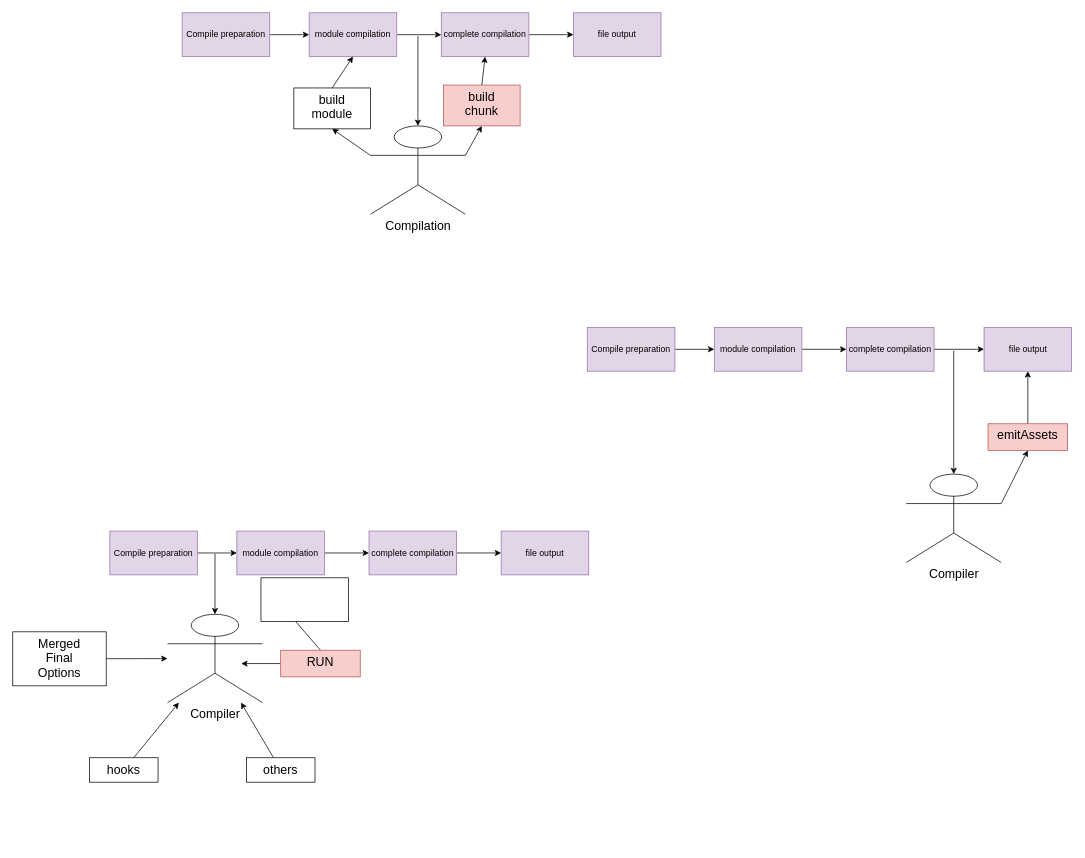
Earlier version of the draw.io diagram page "compiler" (4 of 4) of workflow.drawio (HugoJuntaoChen/webpack5). Source tidied: cells renumbered, new cells numbered last; positions are measured from the earlier drawing's top-left corner, leaving out a move shared by most shapes. Both pictures are drawn from the tidied source at 73%, with x=0, y=0 at pixel (12, 12).
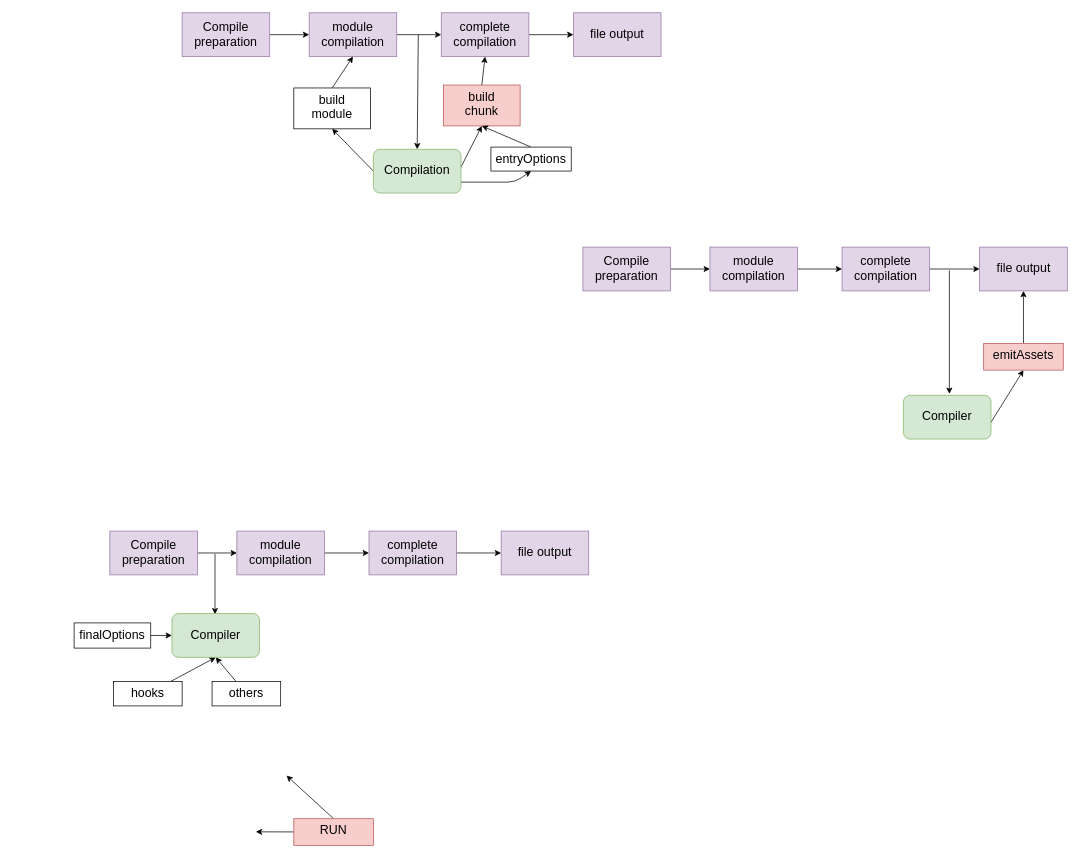
Above is the later version.

Diff of the diagram source:
```diff
@@
-    <mxCell id="2" style="edgeStyle=none;html=1;fontSize=17;startArrow=classic;startFill=1;endArrow=none;endFill=0;" parent="1" edge="1" source="7" target="8">
+    <mxCell id="2" style="edgeStyle=none;html=1;fontSize=17;startArrow=classic;startFill=1;endArrow=none;endFill=0;exitX=0.5;exitY=1;exitDx=0;exitDy=0;" parent="1" edge="1" source="48" target="8">
       <mxGeometry relative="1" as="geometry" />
     </mxCell>
-    <mxCell id="3" style="edgeStyle=none;html=1;fontSize=17;startArrow=classic;startFill=1;endArrow=none;endFill=0;" parent="1" edge="1" source="7" target="9">
+    <mxCell id="3" style="edgeStyle=none;html=1;fontSize=17;startArrow=classic;startFill=1;endArrow=none;endFill=0;exitX=0;exitY=0.5;exitDx=0;exitDy=0;" parent="1" edge="1" source="48" target="9">
       <mxGeometry relative="1" as="geometry" />
     </mxCell>
     <mxCell id="4" style="edgeStyle=none;html=1;fontSize=17;startArrow=classic;startFill=1;endArrow=none;endFill=0;" parent="1" edge="1" target="18">
       <mxGeometry relative="1" as="geometry">
-        <mxPoint x="313" y="891.5" as="sourcePoint" />
+        <mxPoint x="333" y="1122" as="sourcePoint" />
       </mxGeometry>
     </mxCell>
-    <mxCell id="5" style="edgeStyle=none;html=1;fontFamily=Helvetica;fontSize=17;fontColor=default;startArrow=classic;startFill=1;endArrow=none;endFill=0;" parent="1" edge="1" source="7" target="46">
+    <mxCell id="5" style="edgeStyle=none;html=1;fontFamily=Helvetica;fontSize=17;fontColor=default;startArrow=classic;startFill=1;endArrow=none;endFill=0;exitX=0.5;exitY=1;exitDx=0;exitDy=0;" parent="1" edge="1" source="48" target="46">
       <mxGeometry relative="1" as="geometry" />
     </mxCell>
-    <mxCell id="6" style="edgeStyle=none;html=1;exitX=0.5;exitY=0;exitDx=0;exitDy=0;exitPerimeter=0;fontFamily=Helvetica;fontSize=17;fontColor=default;startArrow=classic;startFill=1;endArrow=none;endFill=0;" parent="1" edge="1" source="7">
+    <mxCell id="6" style="edgeStyle=none;html=1;exitX=0.5;exitY=0;exitDx=0;exitDy=0;exitPerimeter=0;fontFamily=Helvetica;fontSize=17;fontColor=default;startArrow=classic;startFill=1;endArrow=none;endFill=0;" parent="1" edge="1">
       <mxGeometry relative="1" as="geometry">
+        <mxPoint x="277" y="824" as="sourcePoint" />
         <mxPoint x="277" y="741" as="targetPoint" />
       </mxGeometry>
     </mxCell>
-    <mxCell id="7" value="Compiler" style="shape=umlActor;verticalLabelPosition=bottom;verticalAlign=top;html=1;outlineConnect=0;fontSize=17;" parent="1" vertex="1">
-      <mxGeometry x="212" y="824" width="130" height="121" as="geometry" />
-    </mxCell>
     <mxCell id="8" value="hooks" style="whiteSpace=wrap;html=1;fontSize=17;verticalAlign=top;" parent="1" vertex="1">
-      <mxGeometry x="105" y="1020.5" width="94" height="33.5" as="geometry" />
+      <mxGeometry x="138" y="916" width="94" height="33.5" as="geometry" />
     </mxCell>
-    <mxCell id="9" value="Merged&lt;br&gt;Final&lt;br&gt;Options" style="whiteSpace=wrap;html=1;fontSize=17;verticalAlign=top;" parent="1" vertex="1">
-      <mxGeometry y="848" width="128" height="74" as="geometry" />
+    <mxCell id="9" value="finalOptions" style="whiteSpace=wrap;html=1;fontSize=17;verticalAlign=top;" parent="1" vertex="1">
+      <mxGeometry x="84" y="835.8" width="105" height="34.5" as="geometry" />
     </mxCell>
-    <mxCell id="10" style="edgeStyle=none;html=1;" parent="1" edge="1" source="11" target="13">
+    <mxCell id="10" style="edgeStyle=none;html=1;fontSize=17;" parent="1" edge="1" source="11" target="13">
       <mxGeometry relative="1" as="geometry" />
     </mxCell>
-    <mxCell id="11" value="Compile preparation" style="rounded=0;whiteSpace=wrap;html=1;fillColor=#e1d5e7;strokeColor=#9673a6;" parent="1" vertex="1">
+    <mxCell id="11" value="Compile preparation" style="rounded=0;whiteSpace=wrap;html=1;fillColor=#e1d5e7;strokeColor=#9673a6;fontSize=17;" parent="1" vertex="1">
       <mxGeometry x="232" width="120" height="60" as="geometry" />
     </mxCell>
-    <mxCell id="12" style="edgeStyle=none;html=1;" parent="1" edge="1" source="13" target="15">
+    <mxCell id="12" style="edgeStyle=none;html=1;fontSize=17;" parent="1" edge="1" source="13" target="15">
       <mxGeometry relative="1" as="geometry" />
     </mxCell>
-    <mxCell id="13" value="module compilation" style="rounded=0;whiteSpace=wrap;html=1;fillColor=#e1d5e7;strokeColor=#9673a6;" parent="1" vertex="1">
+    <mxCell id="13" value="module compilation" style="rounded=0;whiteSpace=wrap;html=1;fillColor=#e1d5e7;strokeColor=#9673a6;fontSize=17;" parent="1" vertex="1">
       <mxGeometry x="406" width="120" height="60" as="geometry" />
     </mxCell>
-    <mxCell id="14" style="edgeStyle=none;html=1;" parent="1" edge="1" source="15" target="16">
+    <mxCell id="14" style="edgeStyle=none;html=1;fontSize=17;" parent="1" edge="1" source="15" target="16">
       <mxGeometry relative="1" as="geometry" />
     </mxCell>
-    <mxCell id="15" value="complete compilation" style="rounded=0;whiteSpace=wrap;html=1;fillColor=#e1d5e7;strokeColor=#9673a6;" parent="1" vertex="1">
+    <mxCell id="15" value="complete compilation" style="rounded=0;whiteSpace=wrap;html=1;fillColor=#e1d5e7;strokeColor=#9673a6;fontSize=17;" parent="1" vertex="1">
       <mxGeometry x="587" width="120" height="60" as="geometry" />
     </mxCell>
-    <mxCell id="16" value="file output" style="rounded=0;whiteSpace=wrap;html=1;fillColor=#e1d5e7;strokeColor=#9673a6;" parent="1" vertex="1">
+    <mxCell id="16" value="file output" style="rounded=0;whiteSpace=wrap;html=1;fillColor=#e1d5e7;strokeColor=#9673a6;fontSize=17;" parent="1" vertex="1">
       <mxGeometry x="768" width="120" height="60" as="geometry" />
     </mxCell>
     <mxCell id="17" style="edgeStyle=none;html=1;exitX=0.5;exitY=0;exitDx=0;exitDy=0;fontSize=17;startArrow=none;startFill=0;endArrow=classic;endFill=1;" parent="1" edge="1" source="18">
       <mxGeometry relative="1" as="geometry">
-        <mxPoint x="341" y="780" as="targetPoint" />
+        <mxPoint x="375" y="1045" as="targetPoint" />
       </mxGeometry>
     </mxCell>
     <mxCell id="18" value="RUN" style="whiteSpace=wrap;html=1;fontSize=17;verticalAlign=top;fillColor=#f8cecc;strokeColor=#b85450;" parent="1" vertex="1">
-      <mxGeometry x="367" y="873.2" width="109" height="36.5" as="geometry" />
+      <mxGeometry x="385" y="1104" width="109" height="36.5" as="geometry" />
     </mxCell>
-    <mxCell id="19" style="edgeStyle=none;html=1;exitX=0;exitY=0.3333333333333333;exitDx=0;exitDy=0;exitPerimeter=0;entryX=0.5;entryY=1;entryDx=0;entryDy=0;fontSize=17;startArrow=none;startFill=0;endArrow=classic;endFill=1;" parent="1" edge="1" source="22" target="24">
+    <mxCell id="19" style="edgeStyle=none;html=1;exitX=0;exitY=0.5;exitDx=0;exitDy=0;entryX=0.5;entryY=1;entryDx=0;entryDy=0;fontSize=17;startArrow=none;startFill=0;endArrow=classic;endFill=1;" parent="1" edge="1" source="22" target="24">
       <mxGeometry relative="1" as="geometry" />
     </mxCell>
-    <mxCell id="20" style="edgeStyle=none;html=1;exitX=1;exitY=0.3333333333333333;exitDx=0;exitDy=0;exitPerimeter=0;entryX=0.5;entryY=1;entryDx=0;entryDy=0;fontSize=17;startArrow=none;startFill=0;endArrow=classic;endFill=1;" parent="1" edge="1" source="22" target="26">
+    <mxCell id="20" style="edgeStyle=none;html=1;exitX=0.992;exitY=0.439;exitDx=0;exitDy=0;exitPerimeter=0;entryX=0.5;entryY=1;entryDx=0;entryDy=0;fontSize=17;startArrow=none;startFill=0;endArrow=classic;endFill=1;" parent="1" edge="1" source="22" target="26">
       <mxGeometry relative="1" as="geometry" />
     </mxCell>
-    <mxCell id="21" style="edgeStyle=none;html=1;exitX=0.5;exitY=0;exitDx=0;exitDy=0;exitPerimeter=0;fontSize=17;startArrow=classic;startFill=1;endArrow=none;endFill=0;" parent="1" edge="1" source="22">
+    <mxCell id="21" style="edgeStyle=none;html=1;fontSize=17;startArrow=classic;startFill=1;endArrow=none;endFill=0;exitX=0.5;exitY=0;exitDx=0;exitDy=0;" parent="1" edge="1" source="22">
       <mxGeometry relative="1" as="geometry">
-        <mxPoint x="555" y="32" as="targetPoint" />
+        <mxPoint x="555.5" y="30" as="targetPoint" />
       </mxGeometry>
     </mxCell>
-    <mxCell id="22" value="Compilation" style="shape=umlActor;verticalLabelPosition=bottom;verticalAlign=top;html=1;outlineConnect=0;fontSize=17;" parent="1" vertex="1">
-      <mxGeometry x="490" y="155" width="130" height="121" as="geometry" />
-    </mxCell>
@@
-    <mxCell id="24" value="build&lt;br&gt;module" style="whiteSpace=wrap;html=1;fontSize=17;verticalAlign=top;" parent="1" vertex="1">
+    <mxCell id="24" value="build&lt;br style=&quot;font-size: 17px;&quot;&gt;module" style="whiteSpace=wrap;html=1;fontSize=17;verticalAlign=top;" parent="1" vertex="1">
       <mxGeometry x="385" y="103" width="105" height="56" as="geometry" />
     </mxCell>
@@
-    <mxCell id="26" value="build&lt;br&gt;chunk" style="whiteSpace=wrap;html=1;fontSize=17;verticalAlign=top;fillColor=#f8cecc;strokeColor=#b85450;" parent="1" vertex="1">
+    <mxCell id="26" value="build&lt;br style=&quot;font-size: 17px;&quot;&gt;chunk" style="whiteSpace=wrap;html=1;fontSize=17;verticalAlign=top;fillColor=#f8cecc;strokeColor=#b85450;" parent="1" vertex="1">
       <mxGeometry x="590" y="99" width="105" height="56" as="geometry" />
     </mxCell>
-    <mxCell id="27" style="edgeStyle=none;html=1;" parent="1" edge="1" source="28" target="30">
+    <mxCell id="27" style="edgeStyle=none;html=1;fontSize=17;" parent="1" edge="1" source="28" target="30">
       <mxGeometry relative="1" as="geometry" />
     </mxCell>
-    <mxCell id="28" value="Compile preparation" style="rounded=0;whiteSpace=wrap;html=1;fillColor=#e1d5e7;strokeColor=#9673a6;" parent="1" vertex="1">
-      <mxGeometry x="787" y="431" width="120" height="60" as="geometry" />
+    <mxCell id="28" value="Compile preparation" style="rounded=0;whiteSpace=wrap;html=1;fillColor=#e1d5e7;strokeColor=#9673a6;fontSize=17;" parent="1" vertex="1">
+      <mxGeometry x="781" y="321" width="120" height="60" as="geometry" />
     </mxCell>
-    <mxCell id="29" style="edgeStyle=none;html=1;" parent="1" edge="1" source="30" target="32">
+    <mxCell id="29" style="edgeStyle=none;html=1;fontSize=17;" parent="1" edge="1" source="30" target="32">
       <mxGeometry relative="1" as="geometry" />
     </mxCell>
-    <mxCell id="30" value="module compilation" style="rounded=0;whiteSpace=wrap;html=1;fillColor=#e1d5e7;strokeColor=#9673a6;" parent="1" vertex="1">
-      <mxGeometry x="961" y="431" width="120" height="60" as="geometry" />
+    <mxCell id="30" value="module compilation" style="rounded=0;whiteSpace=wrap;html=1;fillColor=#e1d5e7;strokeColor=#9673a6;fontSize=17;" parent="1" vertex="1">
+      <mxGeometry x="955" y="321" width="120" height="60" as="geometry" />
     </mxCell>
-    <mxCell id="31" style="edgeStyle=none;html=1;" parent="1" edge="1" source="32" target="34">
+    <mxCell id="31" style="edgeStyle=none;html=1;fontSize=17;" parent="1" edge="1" source="32" target="34">
       <mxGeometry relative="1" as="geometry" />
     </mxCell>
-    <mxCell id="32" value="complete compilation" style="rounded=0;whiteSpace=wrap;html=1;fillColor=#e1d5e7;strokeColor=#9673a6;" parent="1" vertex="1">
-      <mxGeometry x="1142" y="431" width="120" height="60" as="geometry" />
+    <mxCell id="32" value="complete compilation" style="rounded=0;whiteSpace=wrap;html=1;fillColor=#e1d5e7;strokeColor=#9673a6;fontSize=17;" parent="1" vertex="1">
+      <mxGeometry x="1136" y="321" width="120" height="60" as="geometry" />
     </mxCell>
@@
-    <mxCell id="34" value="file output" style="rounded=0;whiteSpace=wrap;html=1;fillColor=#e1d5e7;strokeColor=#9673a6;" parent="1" vertex="1">
-      <mxGeometry x="1330.5" y="431" width="120" height="60" as="geometry" />
+    <mxCell id="34" value="file output" style="rounded=0;whiteSpace=wrap;html=1;fillColor=#e1d5e7;strokeColor=#9673a6;fontSize=17;" parent="1" vertex="1">
+      <mxGeometry x="1324.5" y="321" width="120" height="60" as="geometry" />
     </mxCell>
-    <mxCell id="35" style="edgeStyle=none;html=1;exitX=0.5;exitY=0;exitDx=0;exitDy=0;exitPerimeter=0;fontSize=17;startArrow=classic;startFill=1;endArrow=none;endFill=0;" parent="1" edge="1" source="36">
+    <mxCell id="35" style="edgeStyle=none;html=1;exitX=0.5;exitY=0;exitDx=0;exitDy=0;exitPerimeter=0;fontSize=17;startArrow=classic;startFill=1;endArrow=none;endFill=0;" parent="1" edge="1">
       <mxGeometry relative="1" as="geometry">
-        <mxPoint x="1289" y="463" as="targetPoint" />
+        <mxPoint x="1283" y="522" as="sourcePoint" />
+        <mxPoint x="1283" y="353" as="targetPoint" />
       </mxGeometry>
     </mxCell>
-    <mxCell id="36" value="Compiler" style="shape=umlActor;verticalLabelPosition=bottom;verticalAlign=top;html=1;outlineConnect=0;fontSize=17;" parent="1" vertex="1">
-      <mxGeometry x="1224" y="632" width="130" height="121" as="geometry" />
-    </mxCell>
-    <mxCell id="37" style="edgeStyle=none;html=1;exitX=0.5;exitY=1;exitDx=0;exitDy=0;entryX=1;entryY=0.3333333333333333;entryDx=0;entryDy=0;entryPerimeter=0;fontSize=17;startArrow=classic;startFill=1;endArrow=none;endFill=0;" parent="1" edge="1" source="38" target="36">
+    <mxCell id="37" style="edgeStyle=none;html=1;exitX=0.5;exitY=1;exitDx=0;exitDy=0;entryX=1;entryY=0.617;entryDx=0;entryDy=0;entryPerimeter=0;fontSize=17;startArrow=classic;startFill=1;endArrow=none;endFill=0;" parent="1" edge="1" source="38" target="52">
       <mxGeometry relative="1" as="geometry" />
     </mxCell>
     <mxCell id="38" value="emitAssets" style="whiteSpace=wrap;html=1;fontSize=17;verticalAlign=top;fillColor=#f8cecc;strokeColor=#b85450;" parent="1" vertex="1">
-      <mxGeometry x="1336" y="563" width="109" height="36.5" as="geometry" />
+      <mxGeometry x="1330" y="453" width="109" height="36.5" as="geometry" />
     </mxCell>
-    <mxCell id="39" style="edgeStyle=none;html=1;" parent="1" edge="1" source="40" target="42">
+    <mxCell id="39" style="edgeStyle=none;html=1;fontSize=17;" parent="1" edge="1" source="40" target="42">
       <mxGeometry relative="1" as="geometry" />
     </mxCell>
-    <mxCell id="40" value="Compile preparation" style="rounded=0;whiteSpace=wrap;html=1;fillColor=#e1d5e7;strokeColor=#9673a6;" parent="1" vertex="1">
+    <mxCell id="40" value="Compile preparation" style="rounded=0;whiteSpace=wrap;html=1;fillColor=#e1d5e7;strokeColor=#9673a6;fontSize=17;" parent="1" vertex="1">
       <mxGeometry x="133" y="710" width="120" height="60" as="geometry" />
     </mxCell>
-    <mxCell id="41" style="edgeStyle=none;html=1;" parent="1" edge="1" source="42" target="44">
+    <mxCell id="41" style="edgeStyle=none;html=1;fontSize=17;" parent="1" edge="1" source="42" target="44">
       <mxGeometry relative="1" as="geometry" />
     </mxCell>
-    <mxCell id="42" value="module compilation" style="rounded=0;whiteSpace=wrap;html=1;fillColor=#e1d5e7;strokeColor=#9673a6;" parent="1" vertex="1">
+    <mxCell id="42" value="module compilation" style="rounded=0;whiteSpace=wrap;html=1;fillColor=#e1d5e7;strokeColor=#9673a6;fontSize=17;" parent="1" vertex="1">
       <mxGeometry x="307" y="710" width="120" height="60" as="geometry" />
     </mxCell>
-    <mxCell id="43" style="edgeStyle=none;html=1;" parent="1" edge="1" source="44" target="45">
+    <mxCell id="43" style="edgeStyle=none;html=1;fontSize=17;" parent="1" edge="1" source="44" target="45">
       <mxGeometry relative="1" as="geometry" />
     </mxCell>
-    <mxCell id="44" value="complete compilation" style="rounded=0;whiteSpace=wrap;html=1;fillColor=#e1d5e7;strokeColor=#9673a6;" parent="1" vertex="1">
+    <mxCell id="44" value="complete compilation" style="rounded=0;whiteSpace=wrap;html=1;fillColor=#e1d5e7;strokeColor=#9673a6;fontSize=17;" parent="1" vertex="1">
       <mxGeometry x="488" y="710" width="120" height="60" as="geometry" />
     </mxCell>
-    <mxCell id="45" value="file output" style="rounded=0;whiteSpace=wrap;html=1;fillColor=#e1d5e7;strokeColor=#9673a6;" parent="1" vertex="1">
+    <mxCell id="45" value="file output" style="rounded=0;whiteSpace=wrap;html=1;fillColor=#e1d5e7;strokeColor=#9673a6;fontSize=17;" parent="1" vertex="1">
       <mxGeometry x="669" y="710" width="120" height="60" as="geometry" />
     </mxCell>
     <mxCell id="46" value="others" style="whiteSpace=wrap;html=1;fontSize=17;verticalAlign=top;" parent="1" vertex="1">
-      <mxGeometry x="320" y="1020.5" width="94" height="33.5" as="geometry" />
+      <mxGeometry x="273" y="916" width="94" height="33.5" as="geometry" />
     </mxCell>
-    <mxCell id="47" style="whiteSpace=wrap;html=1;fontFamily=Helvetica;fontSize=17;fontColor=default;strokeColor=default;fillColor=default;" parent="1" vertex="1">
-      <mxGeometry x="340" y="774" width="120" height="60" as="geometry" />
-    </mxCell>
+    <mxCell id="48" value="Compiler" style="rounded=1;whiteSpace=wrap;html=1;fillColor=#d5e8d4;strokeColor=#82b366;fontSize=17;" parent="1" vertex="1">
+      <mxGeometry x="218" y="823" width="120" height="60" as="geometry" />
+    </mxCell>
+    <mxCell id="49" style="edgeStyle=none;html=1;exitX=1;exitY=0.75;exitDx=0;exitDy=0;entryX=0.5;entryY=1;entryDx=0;entryDy=0;fontSize=17;" parent="1" edge="1" source="22" target="51">
+      <mxGeometry relative="1" as="geometry">
+        <Array as="points">
+          <mxPoint x="688" y="232" />
+        </Array>
+      </mxGeometry>
+    </mxCell>
+    <mxCell id="22" value="Compilation" style="rounded=1;whiteSpace=wrap;html=1;fillColor=#d5e8d4;strokeColor=#82b366;fontSize=17;" parent="1" vertex="1">
+      <mxGeometry x="494" y="187" width="120" height="60" as="geometry" />
+    </mxCell>
+    <mxCell id="50" style="edgeStyle=none;html=1;exitX=0.5;exitY=0;exitDx=0;exitDy=0;entryX=0.5;entryY=1;entryDx=0;entryDy=0;fontSize=17;" parent="1" edge="1" source="51" target="26">
+      <mxGeometry relative="1" as="geometry" />
+    </mxCell>
+    <mxCell id="51" value="entryOptions" style="whiteSpace=wrap;html=1;fontSize=17;verticalAlign=top;" parent="1" vertex="1">
+      <mxGeometry x="655" y="184" width="110" height="32.8" as="geometry" />
+    </mxCell>
+    <mxCell id="52" value="Compiler" style="rounded=1;whiteSpace=wrap;html=1;fillColor=#d5e8d4;strokeColor=#82b366;fontSize=17;" parent="1" vertex="1">
+      <mxGeometry x="1220" y="524" width="120" height="60" as="geometry" />
+    </mxCell>
```
